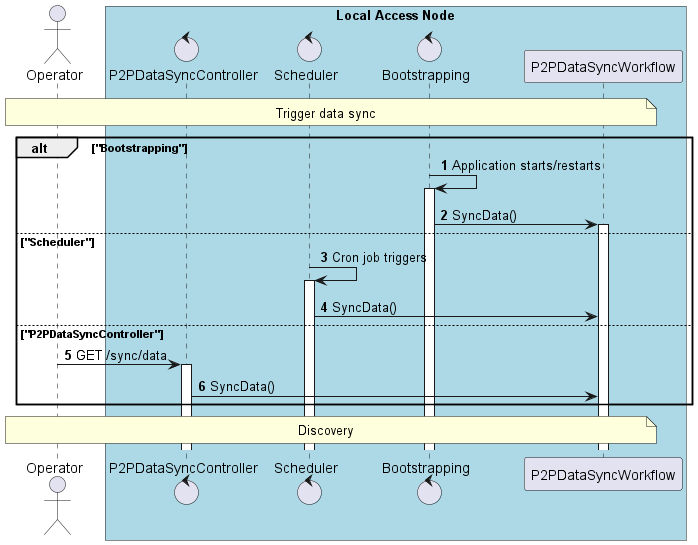
in2workspace/in2-guides keeps this PlantUML diagram as desmos-tech-doc/images/use-case-data-synchronization-1-triggering.png. Above is the earlier version.
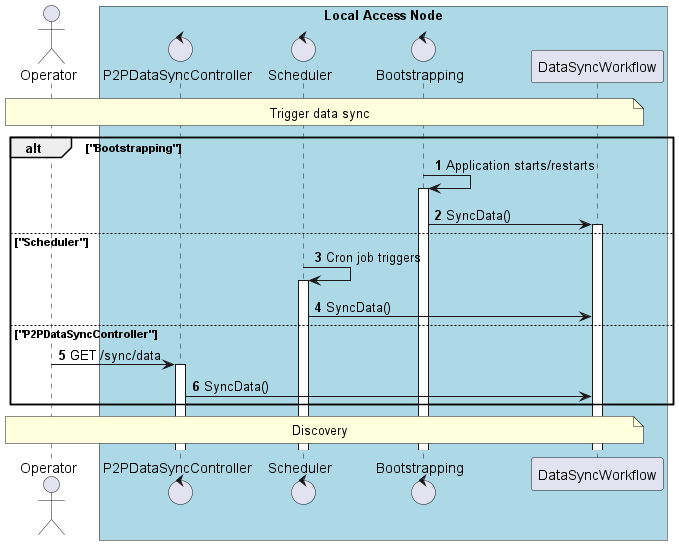
The same diagram one commit later.

Commit message:
fix(data-syncronization): update diagram images

Diff of the diagram source:
```diff
@@ -10,26 +10,26 @@
     control "P2PDataSyncController" as p2p_data_sync_controller_workflow
     control "Scheduler" as scheduler
     control "Bootstrapping" as bootstrapping
-    participant "P2PDataSyncWorkflow" as p2p_data_sync_workflow
+    participant "DataSyncWorkflow" as data_sync_workflow
 end box
 
 
-note over operator, p2p_data_sync_workflow
+note over operator, data_sync_workflow
     Trigger data sync
 end note
 
 alt "Bootstrapping"
     bootstrapping -> bootstrapping++: Application starts/restarts
-    bootstrapping -> p2p_data_sync_workflow++: SyncData()
+    bootstrapping -> data_sync_workflow++: SyncData()
 else "Scheduler"
     scheduler -> scheduler++: Cron job triggers
-    scheduler -> p2p_data_sync_workflow: SyncData()
+    scheduler -> data_sync_workflow: SyncData()
 else "P2PDataSyncController"
     operator -> p2p_data_sync_controller_workflow++: GET /sync/data
-    p2p_data_sync_controller_workflow -> p2p_data_sync_workflow: SyncData()
+    p2p_data_sync_controller_workflow -> data_sync_workflow: SyncData()
 end
 
-note over operator, p2p_data_sync_workflow
+note over operator, data_sync_workflow
     Discovery
 end note
 
```
